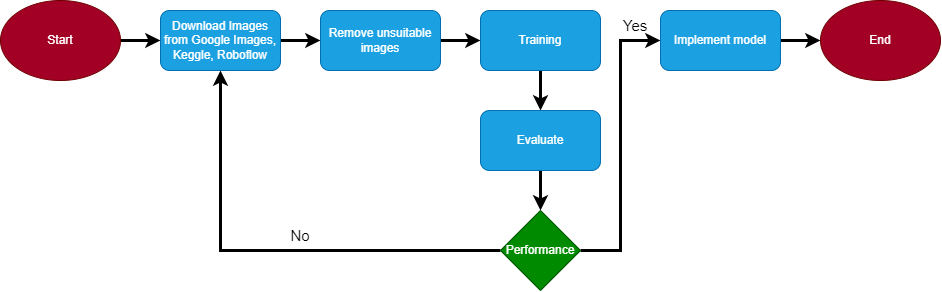
Earlier version of the draw.io export food.png (LashMaProject/Lashma). Source tidied: cells renumbered, new cells last; positions are measured from the earlier drawing's top-left corner, leaving out a move shared by most shapes.
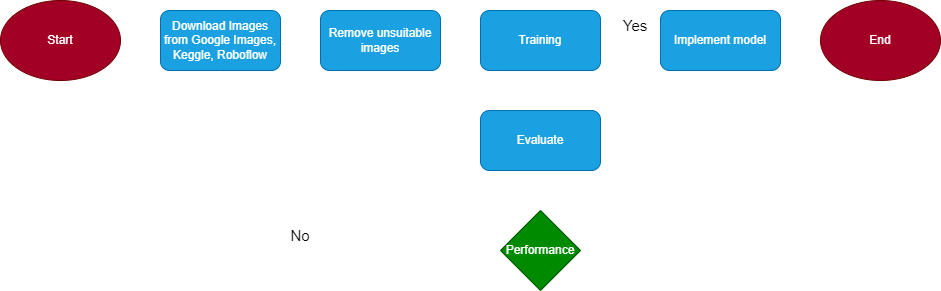
The same diagram one commit later.

Diff of the diagram source:
```diff
@@ -2,40 +2,40 @@
   <root>
     <mxCell id="0" />
     <mxCell id="1" parent="0" />
-    <mxCell id="2" style="edgeStyle=orthogonalEdgeStyle;rounded=0;jettySize=auto;html=1;strokeWidth=3;" parent="1" edge="1" source="3" target="5">
+    <mxCell id="2" style="edgeStyle=orthogonalEdgeStyle;rounded=0;jettySize=auto;html=1;strokeWidth=3;strokeColor=#FFFFFF;" parent="1" edge="1" source="3" target="5">
       <mxGeometry relative="1" as="geometry" />
     </mxCell>
     <mxCell id="3" value="Start" style="ellipse;whiteSpace=wrap;html=1;fillColor=#a20025;fontColor=#ffffff;strokeColor=#6F0000;" parent="1" vertex="1">
       <mxGeometry width="120" height="80" as="geometry" />
     </mxCell>
-    <mxCell id="4" style="edgeStyle=orthogonalEdgeStyle;rounded=0;jettySize=auto;html=1;strokeWidth=3;" parent="1" edge="1" source="5" target="7">
+    <mxCell id="4" style="edgeStyle=orthogonalEdgeStyle;rounded=0;jettySize=auto;html=1;strokeWidth=3;strokeColor=#FFFFFF;" parent="1" edge="1" source="5" target="7">
       <mxGeometry relative="1" as="geometry" />
     </mxCell>
     <mxCell id="5" value="Download Images from Google Images, Keggle, Roboflow" style="rounded=1;whiteSpace=wrap;html=1;fillColor=#1ba1e2;fontColor=#ffffff;strokeColor=#006EAF;" parent="1" vertex="1">
       <mxGeometry x="160" y="10" width="120" height="60" as="geometry" />
     </mxCell>
-    <mxCell id="6" style="edgeStyle=orthogonalEdgeStyle;rounded=0;jettySize=auto;html=1;strokeWidth=3;" parent="1" edge="1" source="7" target="9">
+    <mxCell id="6" style="edgeStyle=orthogonalEdgeStyle;rounded=0;jettySize=auto;html=1;strokeWidth=3;strokeColor=#FFFFFF;" parent="1" edge="1" source="7" target="9">
       <mxGeometry relative="1" as="geometry" />
     </mxCell>
     <mxCell id="7" value="Remove unsuitable images" style="rounded=1;whiteSpace=wrap;html=1;fillColor=#1ba1e2;fontColor=#ffffff;strokeColor=#006EAF;" parent="1" vertex="1">
       <mxGeometry x="320" y="10" width="120" height="60" as="geometry" />
     </mxCell>
-    <mxCell id="8" style="edgeStyle=orthogonalEdgeStyle;rounded=0;jettySize=auto;html=1;strokeWidth=3;" parent="1" edge="1" source="9" target="11">
+    <mxCell id="8" style="edgeStyle=orthogonalEdgeStyle;rounded=0;jettySize=auto;html=1;strokeWidth=3;strokeColor=#FFFFFF;" parent="1" edge="1" source="9" target="11">
       <mxGeometry relative="1" as="geometry" />
     </mxCell>
     <mxCell id="9" value="Training" style="rounded=1;whiteSpace=wrap;html=1;fillColor=#1ba1e2;fontColor=#ffffff;strokeColor=#006EAF;" parent="1" vertex="1">
       <mxGeometry x="480" y="10" width="120" height="60" as="geometry" />
     </mxCell>
-    <mxCell id="10" style="edgeStyle=orthogonalEdgeStyle;rounded=0;jettySize=auto;html=1;strokeWidth=3;" parent="1" edge="1" source="11" target="14">
+    <mxCell id="10" style="edgeStyle=orthogonalEdgeStyle;rounded=0;jettySize=auto;html=1;strokeWidth=3;strokeColor=#FFFFFF;" parent="1" edge="1" source="11" target="14">
       <mxGeometry relative="1" as="geometry" />
     </mxCell>
     <mxCell id="11" value="Evaluate" style="rounded=1;whiteSpace=wrap;html=1;fillColor=#1ba1e2;fontColor=#ffffff;strokeColor=#006EAF;" parent="1" vertex="1">
       <mxGeometry x="480" y="110" width="120" height="60" as="geometry" />
     </mxCell>
-    <mxCell id="12" style="edgeStyle=orthogonalEdgeStyle;rounded=0;jettySize=auto;html=1;entryX=0.5;entryY=1;entryDx=0;entryDy=0;strokeWidth=3;" parent="1" edge="1" source="14" target="5">
+    <mxCell id="12" style="edgeStyle=orthogonalEdgeStyle;rounded=0;jettySize=auto;html=1;entryX=0.5;entryY=1;entryDx=0;entryDy=0;strokeWidth=3;strokeColor=#FFFFFF;" parent="1" edge="1" source="14" target="5">
       <mxGeometry relative="1" as="geometry" />
     </mxCell>
-    <mxCell id="13" style="edgeStyle=orthogonalEdgeStyle;rounded=0;jettySize=auto;html=1;entryX=0;entryY=0.5;entryDx=0;entryDy=0;strokeWidth=3;" parent="1" edge="1" source="14" target="17">
+    <mxCell id="13" style="edgeStyle=orthogonalEdgeStyle;rounded=0;jettySize=auto;html=1;entryX=0;entryY=0.5;entryDx=0;entryDy=0;strokeWidth=3;strokeColor=#FFFFFF;" parent="1" edge="1" source="14" target="17">
       <mxGeometry relative="1" as="geometry" />
     </mxCell>
     <mxCell id="14" value="Performance" style="rhombus;whiteSpace=wrap;html=1;fillColor=#008a00;fontColor=#ffffff;strokeColor=#005700;" parent="1" vertex="1">
@@ -44,7 +44,7 @@
     <mxCell id="15" value="No" style="text;html=1;align=center;verticalAlign=middle;whiteSpace=wrap;rounded=0;fontSize=15;" parent="1" vertex="1">
       <mxGeometry x="250" y="220" width="100" height="30" as="geometry" />
     </mxCell>
-    <mxCell id="16" style="edgeStyle=orthogonalEdgeStyle;rounded=0;jettySize=auto;html=1;strokeWidth=3;" parent="1" edge="1" source="17" target="19">
+    <mxCell id="16" style="edgeStyle=orthogonalEdgeStyle;rounded=0;jettySize=auto;html=1;strokeWidth=3;strokeColor=#FFFFFF;" parent="1" edge="1" source="17" target="19">
       <mxGeometry relative="1" as="geometry" />
     </mxCell>
     <mxCell id="17" value="Implement model" style="rounded=1;whiteSpace=wrap;html=1;fillColor=#1ba1e2;fontColor=#ffffff;strokeColor=#006EAF;" parent="1" vertex="1">
```
